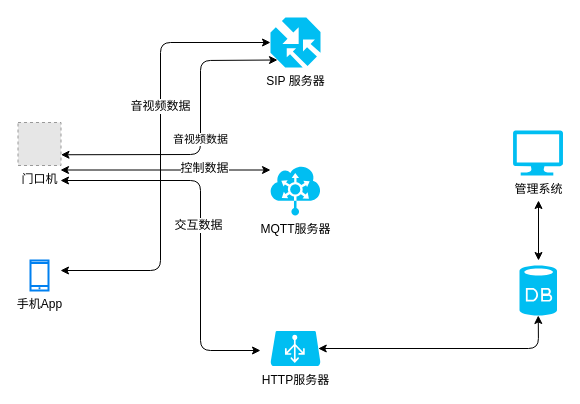
jeffmacn/myjava keeps this draw.io diagram as smartdoor.drawio. Above is the earlier version. Source tidied: cells renumbered, new cells numbered last; positions are measured from the earlier drawing's top-left corner, leaving out a move shared by most shapes. Both pictures are drawn from the tidied source at 100%, with x=0, y=0 at pixel (18, 17). Pictures stored in the file or linked from it are replaced by grey dashed boxes.
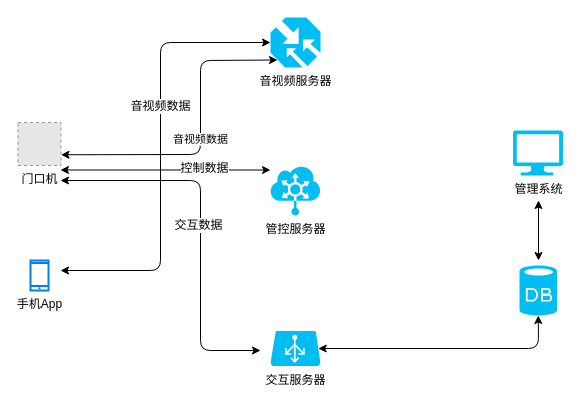
The same diagram, later.

What changed in the source:
```diff
@@
-    <mxCell id="5" value="SIP 服务器" style="verticalLabelPosition=bottom;html=1;verticalAlign=top;align=center;strokeColor=none;fillColor=#00BEF2;shape=mxgraph.azure.traffic_manager;" parent="1" vertex="1">
+    <mxCell id="5" value="音视频服务器" style="verticalLabelPosition=bottom;html=1;verticalAlign=top;align=center;strokeColor=none;fillColor=#00BEF2;shape=mxgraph.azure.traffic_manager;" parent="1" vertex="1">
       <mxGeometry x="252" width="50" height="50" as="geometry" />
     </mxCell>
-    <mxCell id="6" value="HTTP服务器" style="verticalLabelPosition=bottom;html=1;verticalAlign=top;align=center;strokeColor=none;fillColor=#00BEF2;shape=mxgraph.azure.azure_load_balancer;" parent="1" vertex="1">
+    <mxCell id="6" value="交互服务器" style="verticalLabelPosition=bottom;html=1;verticalAlign=top;align=center;strokeColor=none;fillColor=#00BEF2;shape=mxgraph.azure.azure_load_balancer;" parent="1" vertex="1">
       <mxGeometry x="252" y="313.5" width="50" height="35" as="geometry" />
     </mxCell>
-    <mxCell id="7" value="MQTT服务器" style="verticalLabelPosition=bottom;html=1;verticalAlign=top;align=center;strokeColor=none;fillColor=#00BEF2;shape=mxgraph.azure.biztalk_services;" parent="1" vertex="1">
+    <mxCell id="7" value="管控服务器" style="verticalLabelPosition=bottom;html=1;verticalAlign=top;align=center;strokeColor=none;fillColor=#00BEF2;shape=mxgraph.azure.biztalk_services;" parent="1" vertex="1">
       <mxGeometry x="252" y="148" width="50" height="50" as="geometry" />
     </mxCell>
```
